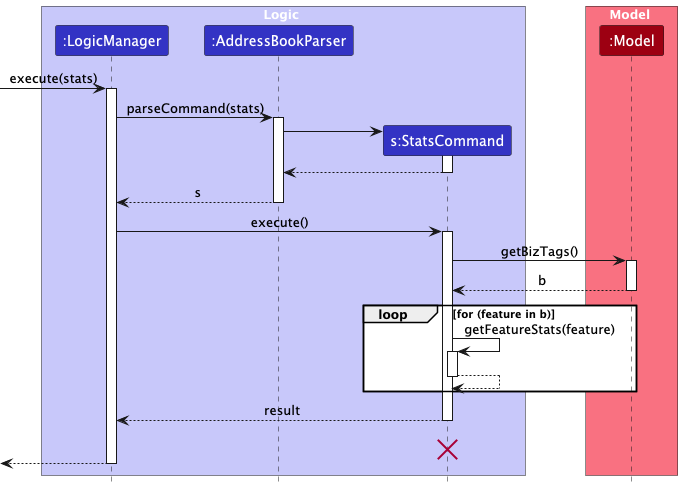
Habutiii/tp keeps this PlantUML diagram as docs/images/StatsSequenceDiagram.png. Above is the earlier version.
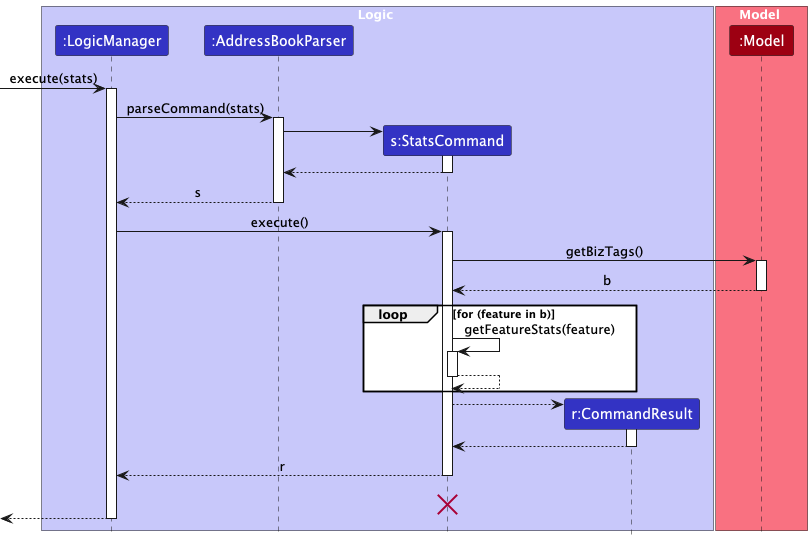
The same diagram one commit later.

Commit message:
Fix UML for biz, unbiz and stats sequences

Diff of the diagram source:
```diff
@@ -6,6 +6,7 @@
 participant ":LogicManager" as LogicManager LOGIC_COLOR
 participant ":AddressBookParser" as AddressBookParser LOGIC_COLOR
 participant "s:StatsCommand" as StatsCommand LOGIC_COLOR
+participant "r:CommandResult" as CommandResult LOGIC_COLOR
 end box
 
 box Model MODEL_COLOR_T1
@@ -44,8 +45,15 @@
     deactivate StatsCommand
 end
 
+create CommandResult
+StatsCommand --> CommandResult
+activate CommandResult
 
-StatsCommand --> LogicManager : result
+CommandResult --> StatsCommand
+deactivate CommandResult
+
+
+StatsCommand --> LogicManager : r
 deactivate StatsCommand
 StatsCommand -[hidden]-> LogicManager : result
 destroy StatsCommand
```
